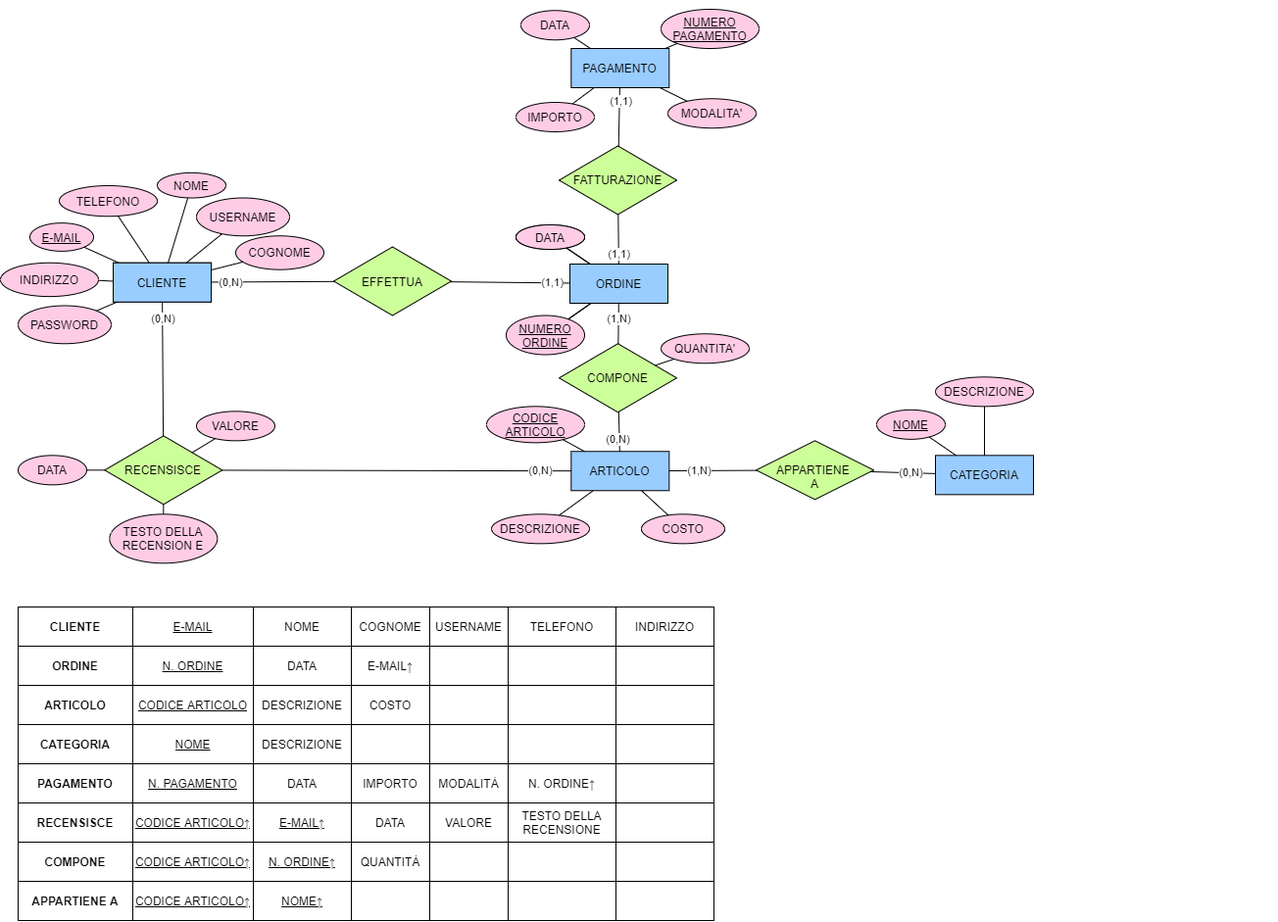
Earlier version of the draw.io export DB-TSW.png (F-Fasolino01/TSW-Project-Files). Source tidied: cells renumbered, new cells last; positions are measured from the earlier drawing's top-left corner, leaving out a move shared by most shapes.
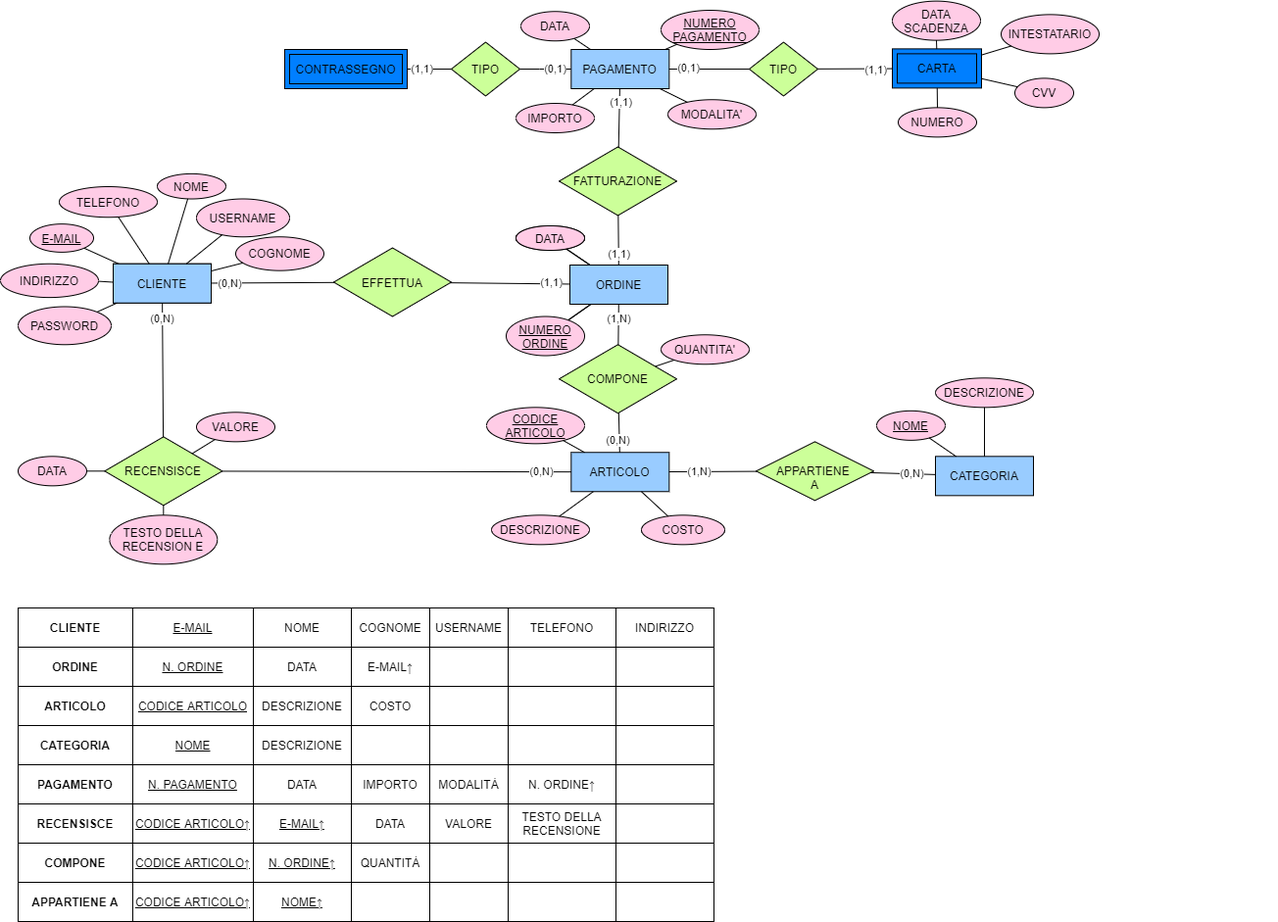
Above is the later version.

What changed in the source:
```diff
@@ -25,8 +25,8 @@
     </mxCell>
     <mxCell id="8" style="edgeStyle=none;shape=link;rounded=0;orthogonalLoop=1;jettySize=auto;html=1;exitX=0.5;exitY=0;exitDx=0;exitDy=0;" parent="1" edge="1">
       <mxGeometry relative="1" as="geometry">
-        <mxPoint x="1120" y="6.9" as="sourcePoint" />
-        <mxPoint x="1120" y="6.9" as="targetPoint" />
+        <mxPoint x="1101" y="6.3" as="sourcePoint" />
+        <mxPoint x="1101" y="6.3" as="targetPoint" />
       </mxGeometry>
     </mxCell>
     <mxCell id="9" value="CATEGORIA" style="whiteSpace=wrap;html=1;align=center;fillColor=#99CCFF;" parent="1" vertex="1">
@@ -466,5 +466,79 @@
     <mxCell id="149" style="endArrow=none;html=1;" parent="1" edge="1" source="148" target="37">
       <mxGeometry relative="1" as="geometry" />
     </mxCell>
+    <mxCell id="150" value="TIPO" style="shape=rhombus;perimeter=rhombusPerimeter;whiteSpace=wrap;html=1;align=center;fillColor=#CCFF99;" parent="1" vertex="1">
+      <mxGeometry x="764" y="32.5" width="70" height="55" as="geometry" />
+    </mxCell>
+    <mxCell id="151" value="CARTA" style="whiteSpace=wrap;html=1;align=center;fillColor=#99CCFF;" parent="1" vertex="1">
+      <mxGeometry x="911" y="44.4" width="90" height="30" as="geometry" />
+    </mxCell>
+    <mxCell id="152" value="TIPO" style="shape=rhombus;perimeter=rhombusPerimeter;whiteSpace=wrap;html=1;align=center;fillColor=#CCFF99;" parent="1" vertex="1">
+      <mxGeometry x="460" y="32.5" width="70" height="55" as="geometry" />
+    </mxCell>
+    <mxCell id="153" value="CONTRASSEGNO" style="whiteSpace=wrap;html=1;align=center;fillColor=#99CCFF;" parent="1" vertex="1">
+      <mxGeometry x="295" y="40" width="120" height="40" as="geometry" />
+    </mxCell>
+    <mxCell id="154" style="endArrow=none;html=1;exitX=0;exitY=0.5;exitDx=0;exitDy=0;" parent="1" edge="1" source="150" target="57">
+      <mxGeometry relative="1" as="geometry" />
+    </mxCell>
+    <mxCell id="155" value="(0,1)" style="edgeLabel;html=1;align=center;verticalAlign=middle;" parent="154" vertex="1">
+      <mxGeometry x="0.52" y="-1" relative="1" as="geometry" />
+    </mxCell>
+    <mxCell id="156" style="endArrow=none;html=1;" parent="1" edge="1" source="152" target="57">
+      <mxGeometry relative="1" as="geometry">
+        <Array as="points">
+          <mxPoint x="560" y="60" />
+        </Array>
+      </mxGeometry>
+    </mxCell>
+    <mxCell id="157" value="(0,1)" style="edgeLabel;html=1;align=center;verticalAlign=middle;" parent="156" vertex="1">
+      <mxGeometry x="0.52" y="-1" relative="1" as="geometry">
+        <mxPoint x="-4" y="-1" as="offset" />
+      </mxGeometry>
+    </mxCell>
+    <mxCell id="158" style="endArrow=none;html=1;" parent="1" edge="1" source="150" target="151">
+      <mxGeometry relative="1" as="geometry" />
+    </mxCell>
+    <mxCell id="159" value="(1,1)" style="edgeLabel;html=1;align=center;verticalAlign=middle;" parent="158" vertex="1">
+      <mxGeometry x="0.52" y="-1" relative="1" as="geometry" />
+    </mxCell>
+    <mxCell id="160" style="endArrow=none;html=1;" parent="1" edge="1" source="152" target="153">
+      <mxGeometry relative="1" as="geometry" />
+    </mxCell>
+    <mxCell id="161" value="(1,1)" style="edgeLabel;html=1;align=center;verticalAlign=middle;" parent="160" vertex="1">
+      <mxGeometry x="0.52" y="-1" relative="1" as="geometry">
+        <mxPoint x="4" y="1" as="offset" />
+      </mxGeometry>
+    </mxCell>
+    <mxCell id="162" value="CONTRASSEGNO" style="shape=ext;margin=3;double=1;whiteSpace=wrap;html=1;align=center;fillColor=#007FFF;" parent="1" vertex="1">
+      <mxGeometry x="290" y="40" width="125" height="40" as="geometry" />
+    </mxCell>
+    <mxCell id="163" value="CARTA" style="shape=ext;margin=3;double=1;whiteSpace=wrap;html=1;align=center;fillColor=#007FFF;" parent="1" vertex="1">
+      <mxGeometry x="910" y="39.4" width="91" height="40" as="geometry" />
+    </mxCell>
+    <mxCell id="164" value="DATA SCADENZA" style="ellipse;whiteSpace=wrap;html=1;align=center;strokeColor=#000000;fillColor=#FFCCE6;" parent="1" vertex="1">
+      <mxGeometry x="910" y="-9.4" width="90" height="40" as="geometry" />
+    </mxCell>
+    <mxCell id="165" style="endArrow=none;html=1;" parent="1" edge="1" source="164" target="163">
+      <mxGeometry relative="1" as="geometry" />
+    </mxCell>
+    <mxCell id="166" value="CVV" style="ellipse;whiteSpace=wrap;html=1;align=center;strokeColor=#000000;fillColor=#FFCCE6;" parent="1" vertex="1">
+      <mxGeometry x="1035" y="69.4" width="60" height="30" as="geometry" />
+    </mxCell>
+    <mxCell id="167" value="INTESTATARIO" style="ellipse;whiteSpace=wrap;html=1;align=center;strokeColor=#000000;fillColor=#FFCCE6;" parent="1" vertex="1">
+      <mxGeometry x="1021" y="4.4" width="100" height="40" as="geometry" />
+    </mxCell>
+    <mxCell id="168" value="NUMERO" style="ellipse;whiteSpace=wrap;html=1;align=center;strokeColor=#000000;fillColor=#FFCCE6;" parent="1" vertex="1">
+      <mxGeometry x="916" y="99.4" width="80" height="30" as="geometry" />
+    </mxCell>
+    <mxCell id="169" style="endArrow=none;html=1;" parent="1" edge="1" source="163" target="167">
+      <mxGeometry relative="1" as="geometry" />
+    </mxCell>
+    <mxCell id="170" style="endArrow=none;html=1;" parent="1" edge="1" source="163" target="166">
+      <mxGeometry relative="1" as="geometry" />
+    </mxCell>
+    <mxCell id="171" style="endArrow=none;html=1;" parent="1" edge="1" source="163" target="168">
+      <mxGeometry relative="1" as="geometry" />
+    </mxCell>
   </root>
 </mxGraphModel>
```
